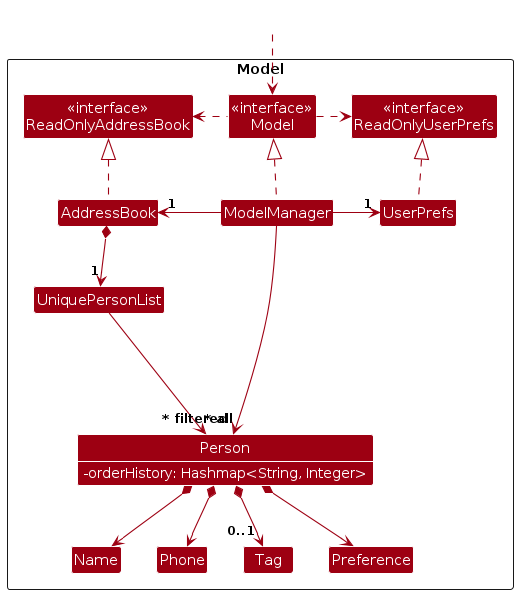
The PlantUML diagram diagrams/ModelClassDiagram.png in AY2425S2-CS2103T-T08-1/tp, before a commit. Its source is kept beside it as diagrams/ModelClassDiagram.puml.
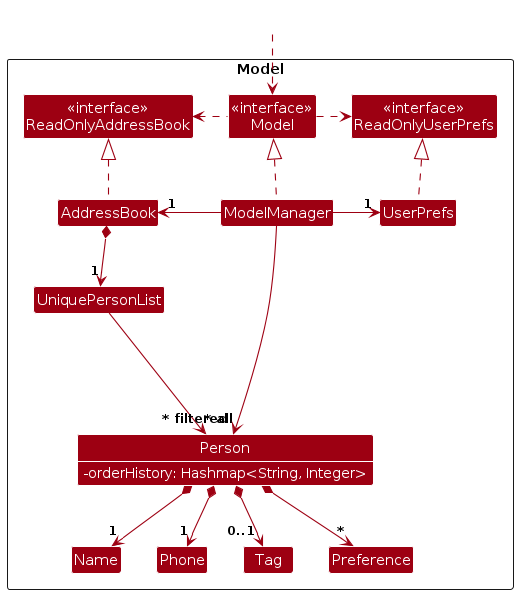
The same diagram one commit later.

Diff of the diagram source:
```diff
@@ -41,10 +41,10 @@
 
 AddressBook *--> "1" UniquePersonList
 UniquePersonList --> "~* all" Person
-Person *--> Name
-Person *--> Phone
+Person *--> "1" Name
+Person *--> "1" Phone
 Person *--> "0..1" Tag
-Person *--> Preference
+Person *--> "*"Preference
 
 Person -[hidden]up--> I
 UniquePersonList -[hidden]right-> I
```
